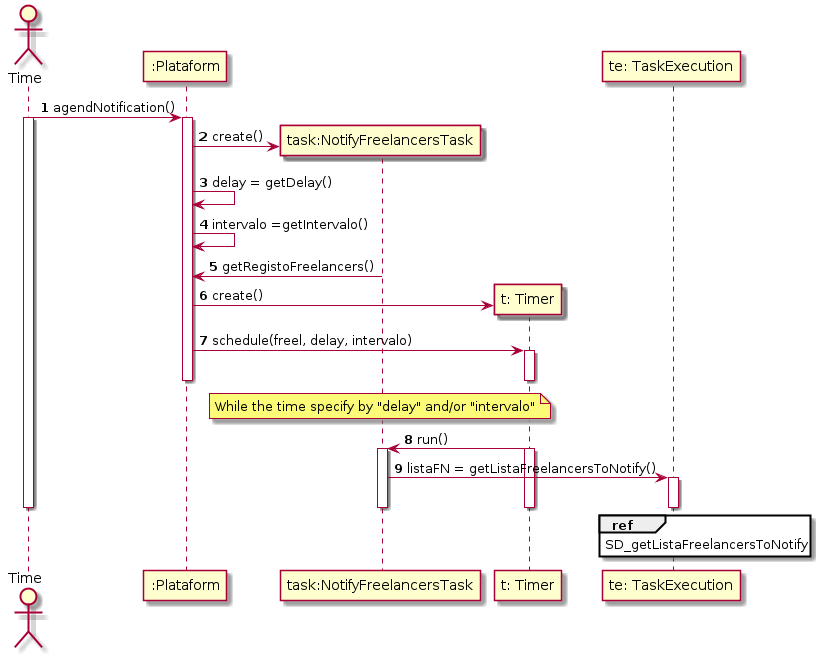
Earlier version of the PlantUML export docs/UC10 - Notify delayed freelancers (automatically)/UC10_SD1.png (pedrolemos4/LAPR2). The source it was exported from:
```plantuml
@startuml
autonumber

actor "Time" as TEMPO

participant ":Plataform" as PLAT
participant "task:NotifyFreelancersTask" as SCAT
participant "t: Timer" as TIMER
participant "te: TaskExecution" as RA


 TEMPO -> PLAT : agendNotification()
 activate TEMPO

activate PLAT
PLAT -> SCAT** : create()
PLAT -> PLAT : delay = getDelay()
PLAT -> PLAT : intervalo =getIntervalo()
SCAT -> PLAT : getRegistoFreelancers()
PLAT -> TIMER** : create()
PLAT -> TIMER : schedule(freel, delay, intervalo)
activate TIMER
deactivate TIMER
deactivate PLAT

note over SCAT
While the time specify by "delay" and/or "intervalo"
end note

TIMER -> SCAT : run()
activate TIMER
activate SCAT
SCAT -> RA :listaFN = getListaFreelancersToNotify()
activate RA
REF over RA
SD_getListaFreelancersToNotify
end REF
deactivate RA

deactivate TIMER
deactivate SCAT

deactivate TEMPO
@enduml
```
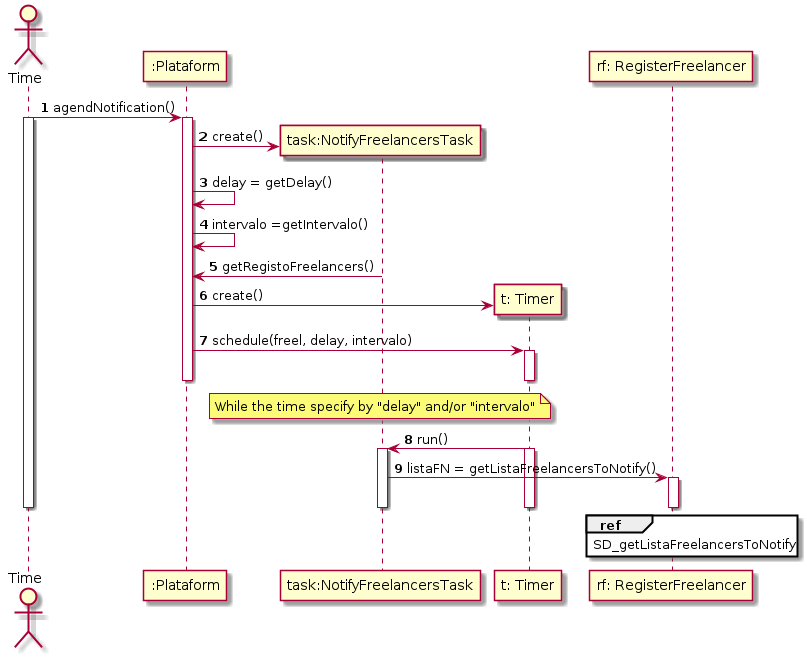
Above is the later version.

What changed in the source:
```diff
@@ -6,7 +6,7 @@
 participant ":Plataform" as PLAT
 participant "task:NotifyFreelancersTask" as SCAT
 participant "t: Timer" as TIMER
-participant "te: TaskExecution" as RA
+participant "rf: RegisterFreelancer" as RA
 
 
  TEMPO -> PLAT : agendNotification()
```
